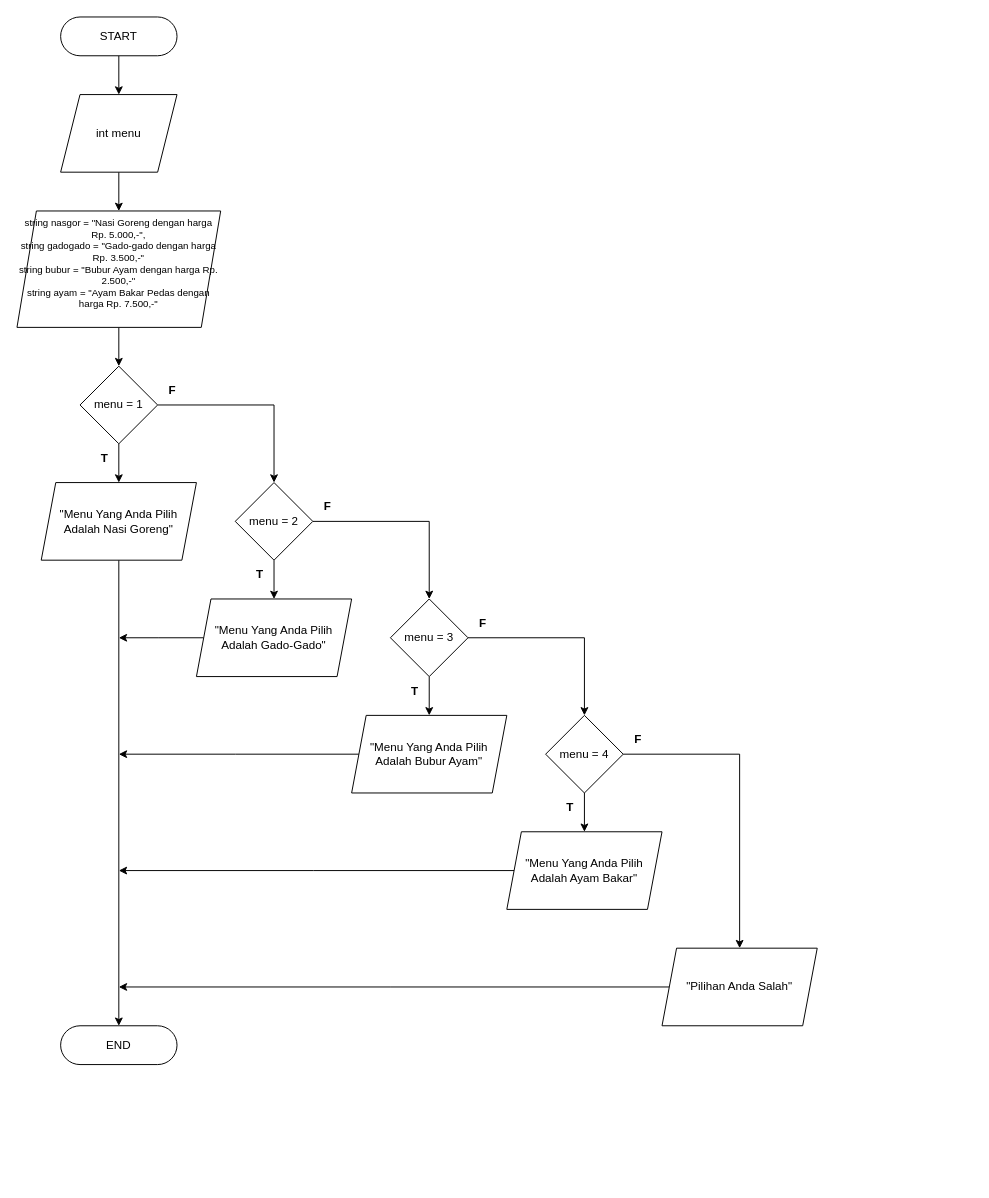
Above: Prak3-40.drawio in xnoname2003/flowchart (draw.io), before the change. Source tidied: cells renumbered, new cells numbered last; positions are measured from the earlier drawing's top-left corner, leaving out a move shared by most shapes. Both pictures are drawn from the tidied source at 97%, with x=0, y=0 at pixel (16, 16).
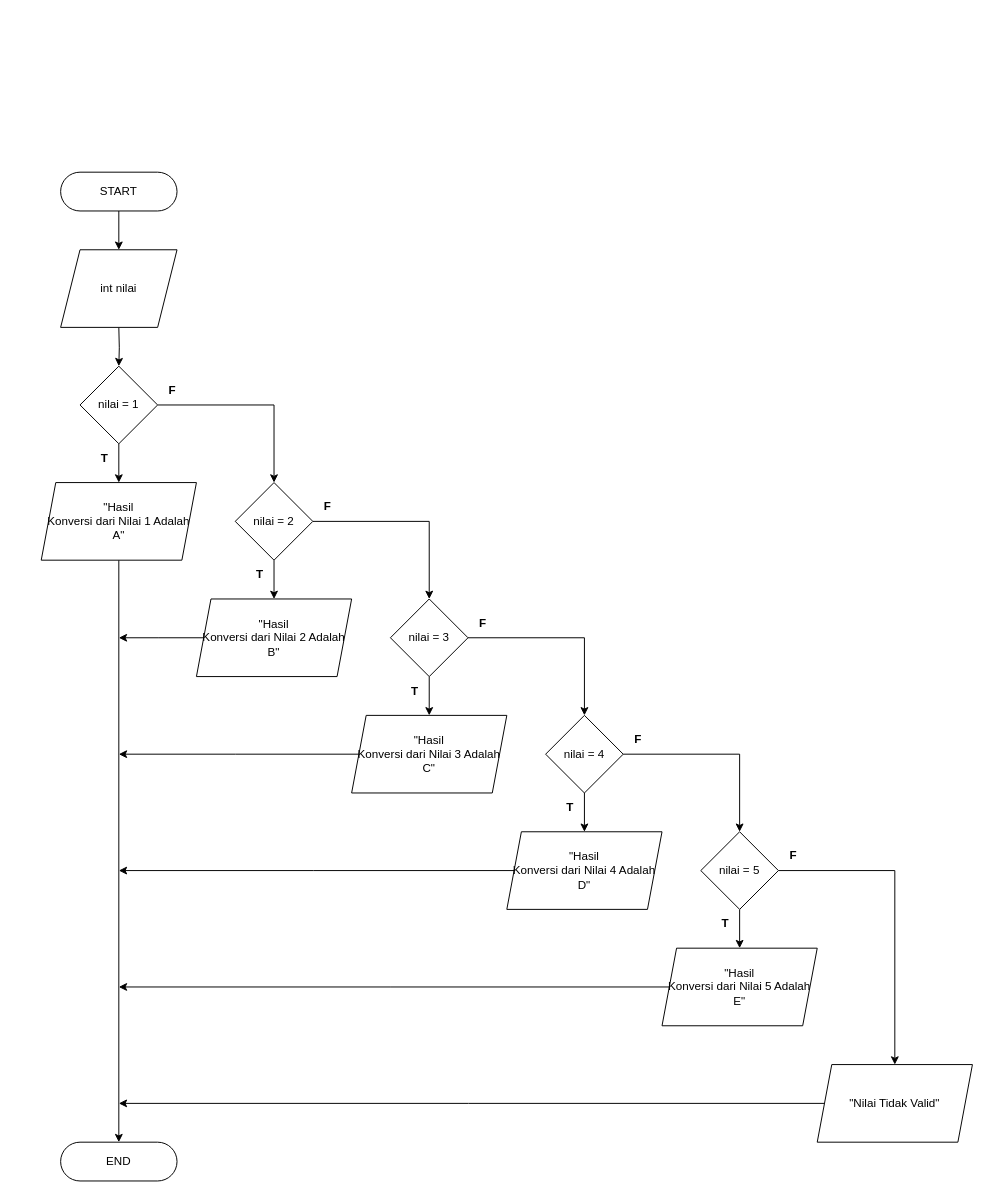
The same page after the edit.

Change to the diagram source:
```diff
@@
     <mxCell id="3" value="START" style="rounded=1;whiteSpace=wrap;html=1;arcSize=50;" parent="1" vertex="1">
-      <mxGeometry x="45" width="120" height="40" as="geometry" />
+      <mxGeometry x="45" y="160" width="120" height="40" as="geometry" />
     </mxCell>
-    <mxCell id="4" style="edgeStyle=orthogonalEdgeStyle;rounded=0;jettySize=auto;html=1;exitX=0.5;exitY=1;exitDx=0;exitDy=0;entryX=0.5;entryY=0;entryDx=0;entryDy=0;" parent="1" edge="1" source="5" target="8">
-      <mxGeometry relative="1" as="geometry" />
+    <mxCell id="4" style="edgeStyle=orthogonalEdgeStyle;rounded=0;jettySize=auto;html=1;exitX=0.5;exitY=1;exitDx=0;exitDy=0;entryX=0.5;entryY=0;entryDx=0;entryDy=0;" parent="1" edge="1" target="8">
+      <mxGeometry relative="1" as="geometry">
+        <mxPoint x="105" y="320" as="sourcePoint" />
+      </mxGeometry>
     </mxCell>
-    <mxCell id="5" value="&lt;div style=&quot;font-size: 10px;&quot;&gt;&lt;span style=&quot;background-color: initial;&quot;&gt;string nasgor = &quot;Nasi Goreng dengan harga Rp. 5.000,-&quot;,&lt;/span&gt;&lt;br&gt;&lt;/div&gt;&lt;div style=&quot;font-size: 10px;&quot;&gt;&lt;span style=&quot;background-color: initial; font-size: 10px;&quot;&gt;string gadogado = &quot;Gado-gado dengan harga Rp. 3.500,-&quot;&lt;/span&gt;&lt;/div&gt;&lt;div style=&quot;font-size: 10px;&quot;&gt;&lt;span style=&quot;background-color: initial; font-size: 10px;&quot;&gt;string bubur = &quot;Bubur Ayam dengan harga Rp. 2.500,-&quot;&lt;/span&gt;&lt;/div&gt;&lt;div style=&quot;font-size: 10px;&quot;&gt;&lt;span style=&quot;background-color: initial; font-size: 10px;&quot;&gt;string ayam = &quot;Ayam Bakar Pedas dengan harga Rp. 7.500,-&quot;&lt;br style=&quot;font-size: 10px;&quot;&gt;&lt;/span&gt;&lt;/div&gt;" style="shape=parallelogram;perimeter=parallelogramPerimeter;whiteSpace=wrap;html=1;fixedSize=1;horizontal=1;verticalAlign=top;fontSize=10;align=center;" parent="1" vertex="1">
-      <mxGeometry y="200" width="210" height="120" as="geometry" />
-    </mxCell>
@@
-    <mxCell id="8" value="menu = 1" style="rhombus;whiteSpace=wrap;html=1;" parent="1" vertex="1">
+    <mxCell id="8" value="nilai = 1" style="rhombus;whiteSpace=wrap;html=1;" parent="1" vertex="1">
       <mxGeometry x="65" y="360" width="80" height="80" as="geometry" />
     </mxCell>
@@
-    <mxCell id="10" value="&quot;Menu Yang Anda Pilih Adalah Nasi Goreng&quot;" style="shape=parallelogram;perimeter=parallelogramPerimeter;whiteSpace=wrap;html=1;fixedSize=1;size=15;" parent="1" vertex="1">
+    <mxCell id="10" value="&quot;Hasil&lt;br/&gt;Konversi dari Nilai 1 Adalah A&quot;" style="shape=parallelogram;perimeter=parallelogramPerimeter;whiteSpace=wrap;html=1;fixedSize=1;size=15;" parent="1" vertex="1">
       <mxGeometry x="25" y="480" width="160" height="80" as="geometry" />
     </mxCell>
@@
-    <mxCell id="13" value="menu = 2" style="rhombus;whiteSpace=wrap;html=1;" parent="1" vertex="1">
+    <mxCell id="13" value="nilai = 2" style="rhombus;whiteSpace=wrap;html=1;" parent="1" vertex="1">
       <mxGeometry x="225" y="480" width="80" height="80" as="geometry" />
     </mxCell>
@@
-    <mxCell id="15" value="&quot;Menu Yang Anda Pilih Adalah Gado-Gado&quot;" style="shape=parallelogram;perimeter=parallelogramPerimeter;whiteSpace=wrap;html=1;fixedSize=1;size=15;" parent="1" vertex="1">
+    <mxCell id="15" value="&quot;Hasil&lt;br/&gt;Konversi dari Nilai 2 Adalah B&quot;" style="shape=parallelogram;perimeter=parallelogramPerimeter;whiteSpace=wrap;html=1;fixedSize=1;size=15;" parent="1" vertex="1">
       <mxGeometry x="185" y="600" width="160" height="80" as="geometry" />
     </mxCell>
@@
-    <mxCell id="18" value="menu = 3" style="rhombus;whiteSpace=wrap;html=1;" parent="1" vertex="1">
+    <mxCell id="18" value="nilai = 3" style="rhombus;whiteSpace=wrap;html=1;" parent="1" vertex="1">
       <mxGeometry x="385" y="600" width="80" height="80" as="geometry" />
     </mxCell>
@@
-    <mxCell id="20" value="&quot;Menu Yang Anda Pilih Adalah Bubur Ayam&quot;" style="shape=parallelogram;perimeter=parallelogramPerimeter;whiteSpace=wrap;html=1;fixedSize=1;size=15;" parent="1" vertex="1">
+    <mxCell id="20" value="&lt;font style=&quot;font-size: 12px;&quot;&gt;&quot;Hasil&lt;br&gt;Konversi dari Nilai 3 Adalah C&quot;&lt;/font&gt;" style="shape=parallelogram;perimeter=parallelogramPerimeter;whiteSpace=wrap;html=1;fixedSize=1;size=15;align=center;" parent="1" vertex="1">
       <mxGeometry x="345" y="720" width="160" height="80" as="geometry" />
     </mxCell>
-    <mxCell id="21" style="edgeStyle=orthogonalEdgeStyle;rounded=0;jettySize=auto;html=1;exitX=0.5;exitY=1;exitDx=0;exitDy=0;entryX=0.5;entryY=0;entryDx=0;entryDy=0;" parent="1" edge="1" source="22" target="5">
-      <mxGeometry relative="1" as="geometry" />
-    </mxCell>
-    <mxCell id="22" value="int menu" style="shape=parallelogram;perimeter=parallelogramPerimeter;whiteSpace=wrap;html=1;fixedSize=1;" parent="1" vertex="1">
-      <mxGeometry x="45" y="80" width="120" height="80" as="geometry" />
+    <mxCell id="22" value="int nilai" style="shape=parallelogram;perimeter=parallelogramPerimeter;whiteSpace=wrap;html=1;fixedSize=1;" parent="1" vertex="1">
+      <mxGeometry x="45" y="240" width="120" height="80" as="geometry" />
     </mxCell>
@@
-    <mxCell id="24" style="edgeStyle=orthogonalEdgeStyle;rounded=0;jettySize=auto;html=1;exitX=1;exitY=0.5;exitDx=0;exitDy=0;entryX=0.5;entryY=0;entryDx=0;entryDy=0;" parent="1" edge="1" source="25" target="30">
-      <mxGeometry relative="1" as="geometry" />
-    </mxCell>
+    <mxCell id="39" style="edgeStyle=orthogonalEdgeStyle;rounded=0;jettySize=auto;html=1;exitX=1;exitY=0.5;exitDx=0;exitDy=0;entryX=0.5;entryY=0;entryDx=0;entryDy=0;" parent="1" edge="1" source="25" target="43">
+      <mxGeometry relative="1" as="geometry" />
+    </mxCell>
-    <mxCell id="25" value="menu = 4" style="rhombus;whiteSpace=wrap;html=1;" parent="1" vertex="1">
+    <mxCell id="25" value="nilai = 4" style="rhombus;whiteSpace=wrap;html=1;" parent="1" vertex="1">
       <mxGeometry x="545" y="720" width="80" height="80" as="geometry" />
     </mxCell>
@@
-    <mxCell id="27" value="&quot;Menu Yang Anda Pilih Adalah Ayam Bakar&quot;" style="shape=parallelogram;perimeter=parallelogramPerimeter;whiteSpace=wrap;html=1;fixedSize=1;size=15;" parent="1" vertex="1">
+    <mxCell id="27" value="&quot;Hasil&lt;br/&gt;Konversi dari Nilai 4 Adalah D&quot;" style="shape=parallelogram;perimeter=parallelogramPerimeter;whiteSpace=wrap;html=1;fixedSize=1;size=15;" parent="1" vertex="1">
       <mxGeometry x="505" y="840" width="160" height="80" as="geometry" />
     </mxCell>
     <mxCell id="28" value="END" style="rounded=1;whiteSpace=wrap;html=1;arcSize=50;" parent="1" vertex="1">
-      <mxGeometry x="45" y="1040" width="120" height="40" as="geometry" />
+      <mxGeometry x="45" y="1160" width="120" height="40" as="geometry" />
     </mxCell>
-    <mxCell id="29" style="edgeStyle=orthogonalEdgeStyle;rounded=0;jettySize=auto;html=1;exitX=0;exitY=0.5;exitDx=0;exitDy=0;" parent="1" edge="1" source="30">
-      <mxGeometry relative="1" as="geometry">
-        <mxPoint x="105" y="1000" as="targetPoint" />
-      </mxGeometry>
-    </mxCell>
+    <mxCell id="40" style="edgeStyle=orthogonalEdgeStyle;rounded=0;jettySize=auto;html=1;exitX=0;exitY=0.5;exitDx=0;exitDy=0;" parent="1" edge="1" source="30">
+      <mxGeometry relative="1" as="geometry">
+        <mxPoint x="105" y="1120" as="targetPoint" />
+      </mxGeometry>
+    </mxCell>
-    <mxCell id="30" value="&quot;Pilihan Anda Salah&quot;" style="shape=parallelogram;perimeter=parallelogramPerimeter;whiteSpace=wrap;html=1;fixedSize=1;size=15;" parent="1" vertex="1">
-      <mxGeometry x="665" y="960" width="160" height="80" as="geometry" />
+    <mxCell id="30" value="&quot;Nilai Tidak Valid&quot;" style="shape=parallelogram;perimeter=parallelogramPerimeter;whiteSpace=wrap;html=1;fixedSize=1;size=15;" parent="1" vertex="1">
+      <mxGeometry x="825" y="1080" width="160" height="80" as="geometry" />
     </mxCell>
@@
+    <mxCell id="41" style="edgeStyle=orthogonalEdgeStyle;rounded=0;jettySize=auto;html=1;exitX=0.5;exitY=1;exitDx=0;exitDy=0;entryX=0.5;entryY=0;entryDx=0;entryDy=0;" parent="1" edge="1" source="43" target="45">
+      <mxGeometry relative="1" as="geometry" />
+    </mxCell>
+    <mxCell id="42" style="edgeStyle=orthogonalEdgeStyle;rounded=0;jettySize=auto;html=1;exitX=1;exitY=0.5;exitDx=0;exitDy=0;entryX=0.5;entryY=0;entryDx=0;entryDy=0;" parent="1" edge="1" source="43" target="30">
+      <mxGeometry relative="1" as="geometry" />
+    </mxCell>
+    <mxCell id="43" value="nilai = 5" style="rhombus;whiteSpace=wrap;html=1;" parent="1" vertex="1">
+      <mxGeometry x="705" y="840" width="80" height="80" as="geometry" />
+    </mxCell>
+    <mxCell id="44" style="edgeStyle=orthogonalEdgeStyle;rounded=0;jettySize=auto;html=1;exitX=0;exitY=0.5;exitDx=0;exitDy=0;" parent="1" edge="1" source="45">
+      <mxGeometry relative="1" as="geometry">
+        <mxPoint x="105" y="1000" as="targetPoint" />
+      </mxGeometry>
+    </mxCell>
+    <mxCell id="45" value="&quot;Hasil&lt;br&gt;Konversi dari Nilai 5 Adalah E&quot;" style="shape=parallelogram;perimeter=parallelogramPerimeter;whiteSpace=wrap;html=1;fixedSize=1;size=15;" parent="1" vertex="1">
+      <mxGeometry x="665" y="960" width="160" height="80" as="geometry" />
+    </mxCell>
+    <mxCell id="46" value="&lt;b&gt;T&lt;/b&gt;" style="text;html=1;align=center;verticalAlign=middle;strokeColor=none;fillColor=none;" parent="1" vertex="1">
+      <mxGeometry x="715" y="920" width="30" height="30" as="geometry" />
+    </mxCell>
+    <mxCell id="47" value="&lt;b&gt;F&lt;/b&gt;" style="text;html=1;align=center;verticalAlign=middle;strokeColor=none;fillColor=none;" parent="1" vertex="1">
+      <mxGeometry x="785" y="850" width="30" height="30" as="geometry" />
+    </mxCell>
```
